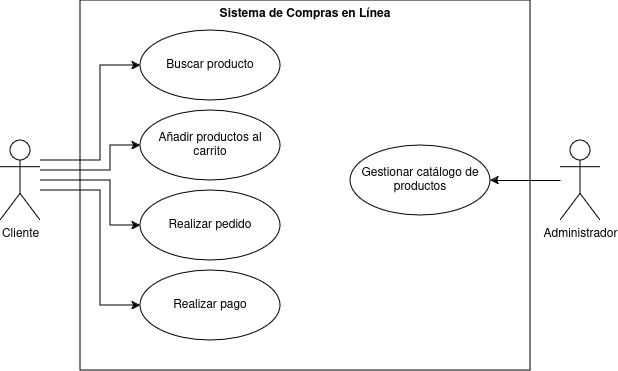
eduardosmoralesglez/Biblioteca keeps this draw.io diagram as img/Diagrama de Uso-Sistema de Compras en Linea.png. Above is the earlier version. Source tidied: cells renumbered, new cells last; positions are measured from the earlier drawing's top-left corner, leaving out a move shared by most shapes.
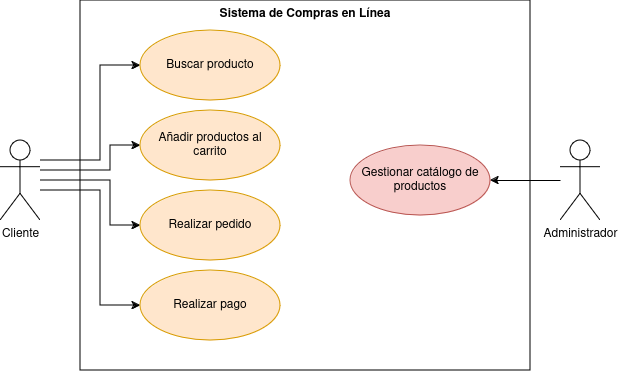
After the commit.

What changed in the source:
```diff
@@ -46,19 +46,19 @@
     <mxCell id="9" value="Administrador" style="shape=umlActor;html=1;verticalLabelPosition=bottom;verticalAlign=top;align=center;" parent="1" vertex="1">
       <mxGeometry x="560" y="140" width="40" height="80" as="geometry" />
     </mxCell>
-    <mxCell id="10" value="&lt;div&gt;Buscar producto&lt;/div&gt;" style="ellipse;whiteSpace=wrap;html=1;" parent="1" vertex="1">
+    <mxCell id="10" value="&lt;div&gt;Buscar producto&lt;/div&gt;" style="ellipse;whiteSpace=wrap;html=1;fillColor=#ffe6cc;strokeColor=#d79b00;" parent="1" vertex="1">
       <mxGeometry x="140" y="30" width="140" height="70" as="geometry" />
     </mxCell>
-    <mxCell id="11" value="Añadir productos al carrito" style="ellipse;whiteSpace=wrap;html=1;" parent="1" vertex="1">
+    <mxCell id="11" value="Añadir productos al carrito" style="ellipse;whiteSpace=wrap;html=1;fillColor=#ffe6cc;strokeColor=#d79b00;" parent="1" vertex="1">
       <mxGeometry x="140" y="110" width="140" height="70" as="geometry" />
     </mxCell>
-    <mxCell id="12" value="Realizar pedido" style="ellipse;whiteSpace=wrap;html=1;" parent="1" vertex="1">
+    <mxCell id="12" value="Realizar pedido" style="ellipse;whiteSpace=wrap;html=1;fillColor=#ffe6cc;strokeColor=#d79b00;" parent="1" vertex="1">
       <mxGeometry x="140" y="190" width="140" height="70" as="geometry" />
     </mxCell>
-    <mxCell id="13" value="Realizar pago" style="ellipse;whiteSpace=wrap;html=1;" parent="1" vertex="1">
+    <mxCell id="13" value="Realizar pago" style="ellipse;whiteSpace=wrap;html=1;fillColor=#ffe6cc;strokeColor=#d79b00;" parent="1" vertex="1">
       <mxGeometry x="140" y="270" width="140" height="70" as="geometry" />
     </mxCell>
-    <mxCell id="14" value="Gestionar catálogo de productos" style="ellipse;whiteSpace=wrap;html=1;" parent="1" vertex="1">
+    <mxCell id="14" value="Gestionar catálogo de productos" style="ellipse;whiteSpace=wrap;html=1;fillColor=#f8cecc;strokeColor=#b85450;" parent="1" vertex="1">
       <mxGeometry x="350" y="145" width="140" height="70" as="geometry" />
     </mxCell>
   </root>
```
